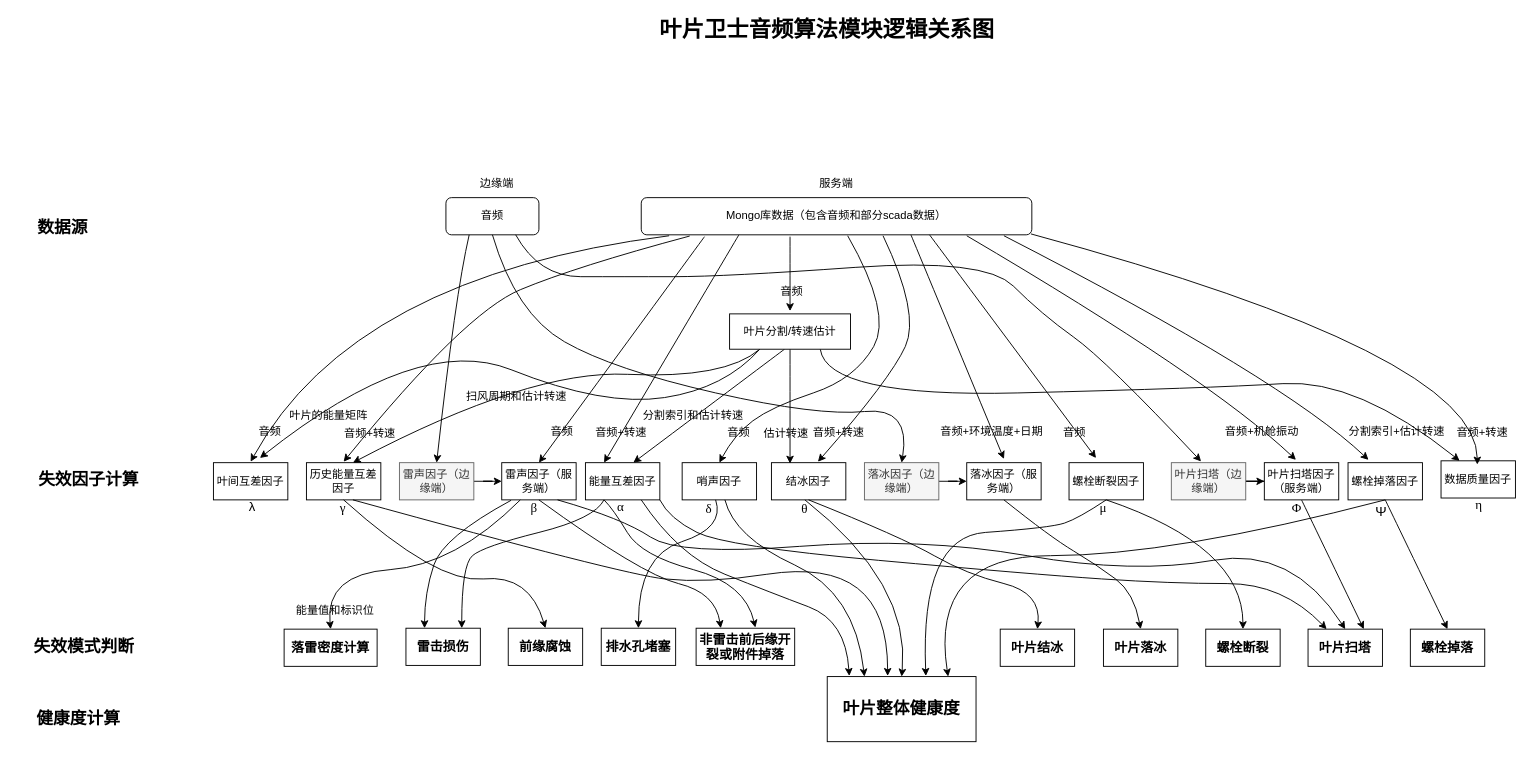
This is doc/Untitled Diagram.drawio from Davidlee2017/aria2, a draw.io file, before an edit. Source tidied: cells renumbered, new cells numbered last; positions are measured from the earlier drawing's top-left corner, leaving out a move shared by most shapes. Both pictures are drawn from the tidied source at 93%, with x=0, y=0 at pixel (16, 16).
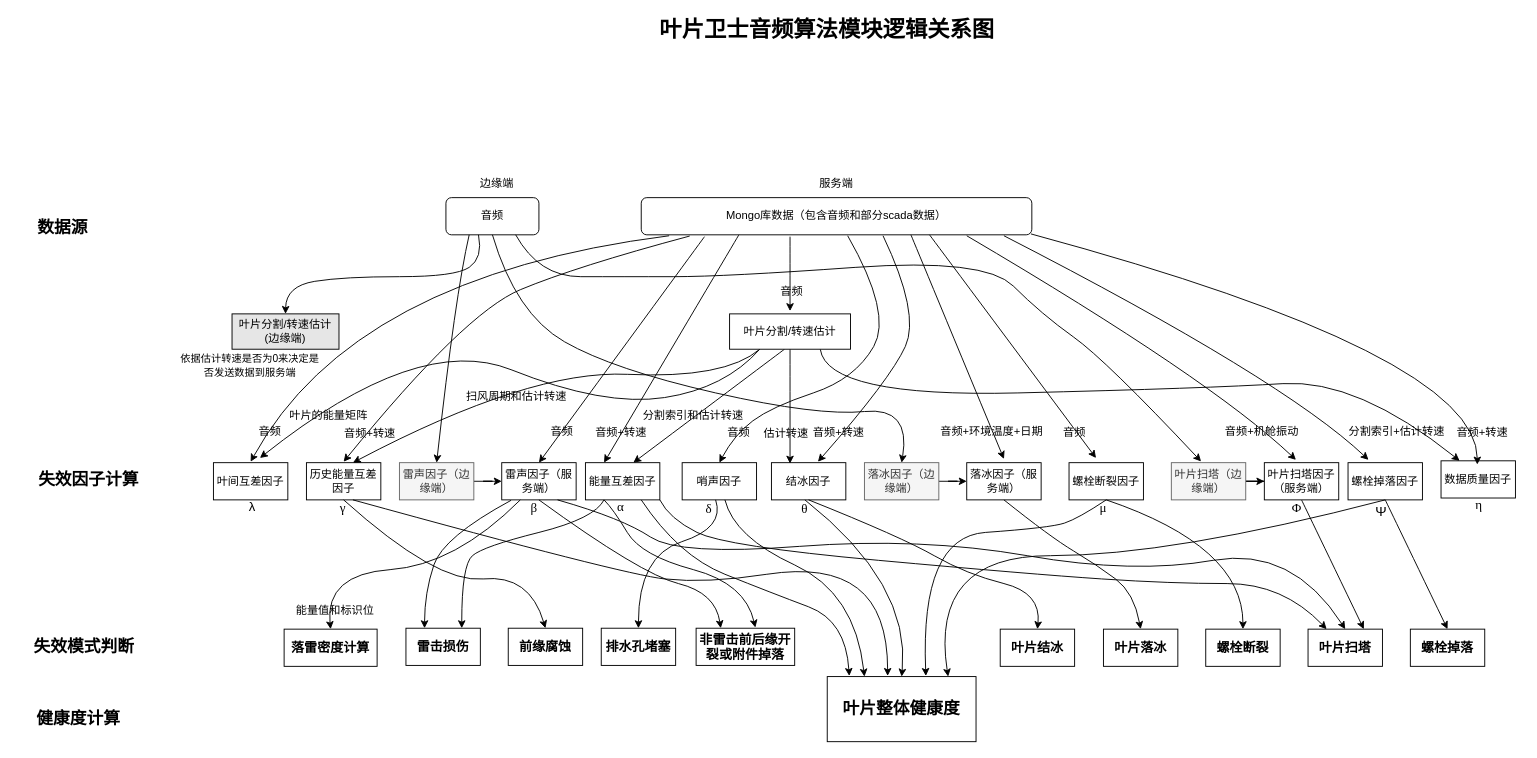
After the change.

Commit message:
叶片卫士音频算法模块关系图.drawio

The edit, as a diff of the source:
```diff
@@
+    <mxCell id="107" value="叶片分割/转速估计&lt;br&gt;(边缘端)" style="rounded=0;whiteSpace=wrap;html=1;fillColor=#E6E6E6;" parent="1" vertex="1">
+      <mxGeometry x="232" y="320" width="115" height="38" as="geometry" />
+    </mxCell>
+    <mxCell id="108" style="curved=1;endArrow=classic;html=1;rounded=0;fontSize=18;entryX=0.5;entryY=0;entryDx=0;entryDy=0;exitX=0.25;exitY=1;exitDx=0;exitDy=0;" parent="1" edge="1" target="107">
+      <mxGeometry relative="1" as="geometry">
+        <mxPoint x="497" y="235" as="sourcePoint" />
+        <Array as="points">
+          <mxPoint x="502" y="260" />
+          <mxPoint x="472" y="280" />
+          <mxPoint x="352" y="280" />
+          <mxPoint x="290" y="290" />
+        </Array>
+      </mxGeometry>
+    </mxCell>
+    <mxCell id="109" value="&lt;font style=&quot;font-size: 11px&quot;&gt;依据估计转速是否为0来决定是否发送数据到服务端&lt;/font&gt;" style="text;html=1;strokeColor=none;fillColor=none;align=center;verticalAlign=middle;whiteSpace=wrap;rounded=0;" parent="1" vertex="1">
+      <mxGeometry x="172" y="360" width="159" height="30" as="geometry" />
+    </mxCell>
```
